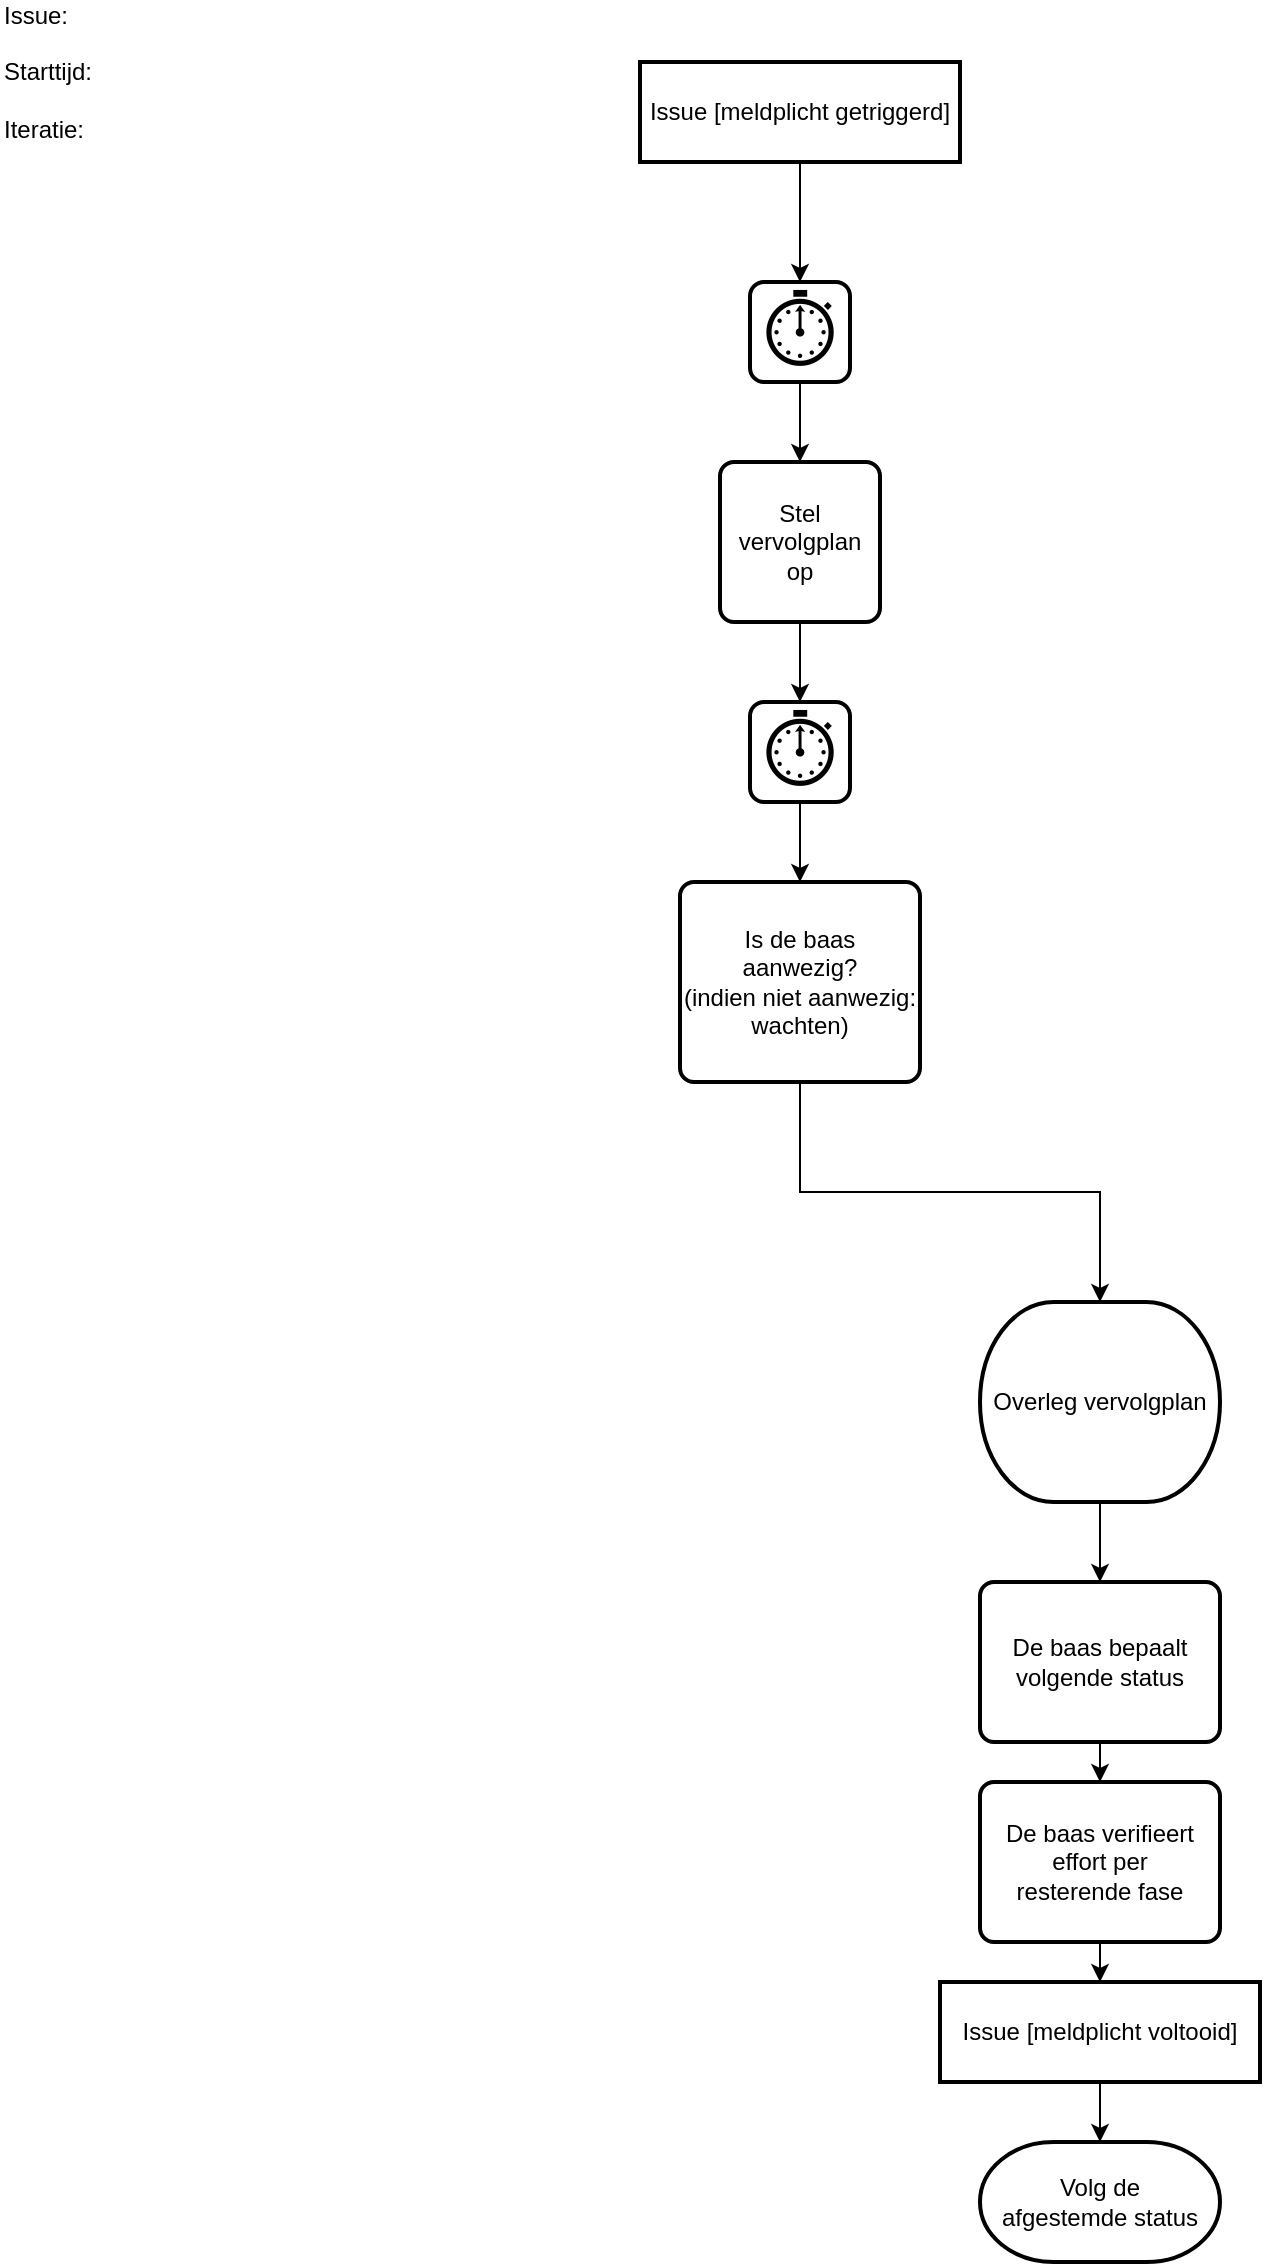
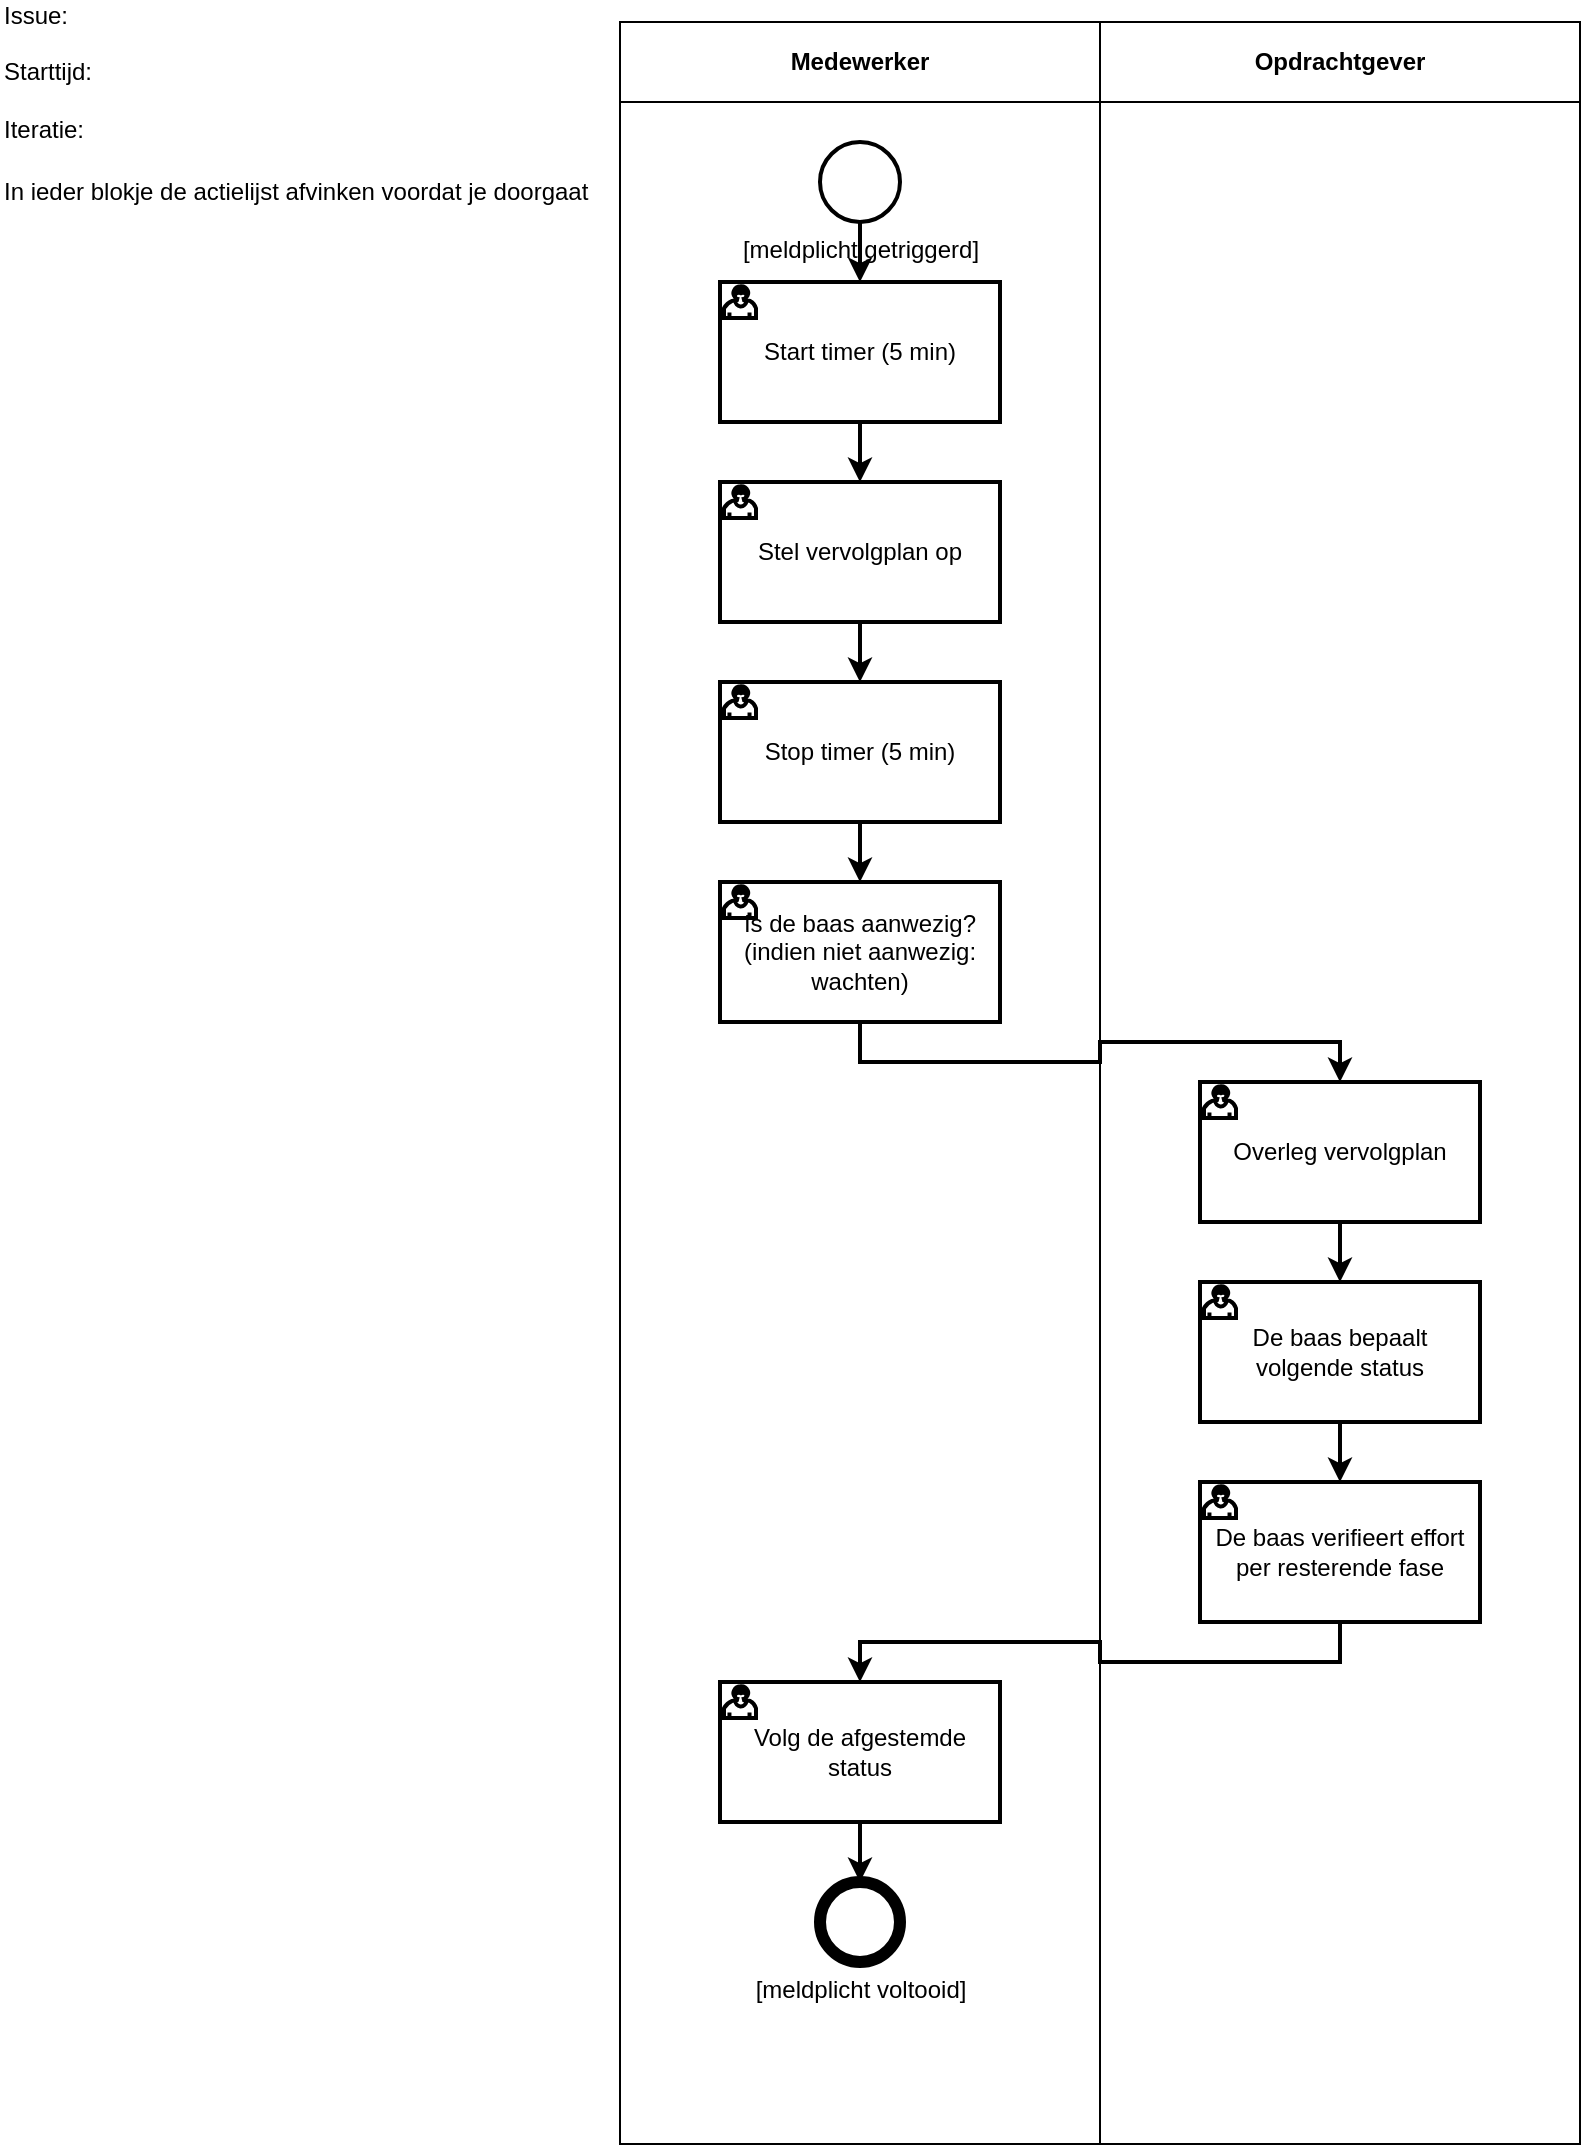
- <mxfile host="Electron" agent="Mozilla/5.0 (Windows NT 10.0; Win64; x64) AppleWebKit/537.36 (KHTML, like Gecko) Chrome/144.0.0.0 Safari/537.36">
+ <mxfile host="Electron" agent="Mozilla/5.0 (Windows NT 10.0; Win64; x64) AppleWebKit/537.36 (KHTML, like Gecko) Chrome/143.0.0.0 Safari/537.36">
  <diagram name="Page-1" id="RxTZmvJhkROvXh92HXGi">
-     <mxGraphModel dx="1177" dy="1152" grid="1" gridSize="10" guides="1" tooltips="1" connect="1" arrows="1" fold="1" page="1" pageScale="1" pageWidth="827" pageHeight="1169" math="0" shadow="0">
+     <mxGraphModel dx="969" dy="999" grid="1" gridSize="10" guides="1" tooltips="1" connect="1" arrows="1" fold="1" page="1" pageScale="1" pageWidth="827" pageHeight="1169" math="0" shadow="0">
      <root>
        <mxCell id="0" />
        <mxCell id="1" parent="0" />
-         <mxCell id="IjQxlhujuJK-shiPwm0T-2" edge="1" parent="1" source="kJhKxd2zfYEuZ5hcswId-1" style="edgeStyle=orthogonalEdgeStyle;rounded=0;orthogonalLoop=1;jettySize=auto;html=1;" target="kJhKxd2zfYEuZ5hcswId-17" value="">
+         <mxCell id="mIc6XLMKuAxiAPNymMe0-18" parent="1" style="shape=table;startSize=0;container=1;collapsible=0;childLayout=tableLayout;fixedHeader=1;" value="" vertex="1">
+           <mxGeometry height="1061" width="480" x="320" y="20" as="geometry" />
+         </mxCell>
+         <mxCell id="mIc6XLMKuAxiAPNymMe0-19" parent="mIc6XLMKuAxiAPNymMe0-18" style="shape=tableRow;horizontal=0;startSize=0;swimlaneHead=0;swimlaneBody=0;strokeColor=inherit;top=0;left=0;bottom=0;right=0;collapsible=0;dropTarget=0;fillColor=none;points=[[0,0.5],[1,0.5]];portConstraint=eastwest;fixedHeader=1;" value="" vertex="1">
+           <mxGeometry height="40" width="480" as="geometry" />
+         </mxCell>
+         <mxCell id="mIc6XLMKuAxiAPNymMe0-20" parent="mIc6XLMKuAxiAPNymMe0-19" style="shape=partialRectangle;html=1;whiteSpace=wrap;connectable=0;strokeColor=inherit;overflow=hidden;fillColor=none;top=0;left=0;bottom=0;right=0;pointerEvents=1;" value="&lt;b&gt;Medewerker&lt;/b&gt;" vertex="1">
+           <mxGeometry height="40" width="240" as="geometry">
+             <mxRectangle height="40" width="240" as="alternateBounds" />
+           </mxGeometry>
+         </mxCell>
+         <mxCell id="mIc6XLMKuAxiAPNymMe0-21" parent="mIc6XLMKuAxiAPNymMe0-19" style="shape=partialRectangle;html=1;whiteSpace=wrap;connectable=0;strokeColor=inherit;overflow=hidden;fillColor=none;top=0;left=0;bottom=0;right=0;pointerEvents=1;" value="&lt;b&gt;Opdrachtgever&lt;/b&gt;" vertex="1">
+           <mxGeometry height="40" width="240" x="240" as="geometry">
+             <mxRectangle height="40" width="240" as="alternateBounds" />
+           </mxGeometry>
+         </mxCell>
+         <mxCell id="mIc6XLMKuAxiAPNymMe0-22" parent="mIc6XLMKuAxiAPNymMe0-18" style="shape=tableRow;horizontal=0;startSize=0;swimlaneHead=0;swimlaneBody=0;strokeColor=inherit;top=0;left=0;bottom=0;right=0;collapsible=0;dropTarget=0;fillColor=none;points=[[0,0.5],[1,0.5]];portConstraint=eastwest;fixedHeader=1;" value="" vertex="1">
+           <mxGeometry height="1021" width="480" y="40" as="geometry" />
+         </mxCell>
+         <mxCell id="mIc6XLMKuAxiAPNymMe0-23" parent="mIc6XLMKuAxiAPNymMe0-22" style="shape=partialRectangle;html=1;whiteSpace=wrap;connectable=0;strokeColor=inherit;overflow=hidden;fillColor=none;top=0;left=0;bottom=0;right=0;pointerEvents=1;" value="" vertex="1">
+           <mxGeometry height="1021" width="240" as="geometry">
+             <mxRectangle height="1021" width="240" as="alternateBounds" />
+           </mxGeometry>
+         </mxCell>
+         <mxCell id="mIc6XLMKuAxiAPNymMe0-24" parent="mIc6XLMKuAxiAPNymMe0-22" style="shape=partialRectangle;html=1;whiteSpace=wrap;connectable=0;strokeColor=inherit;overflow=hidden;fillColor=none;top=0;left=0;bottom=0;right=0;pointerEvents=1;" value="" vertex="1">
+           <mxGeometry height="1021" width="240" x="240" as="geometry">
+             <mxRectangle height="1021" width="240" as="alternateBounds" />
+           </mxGeometry>
+         </mxCell>
+         <mxCell id="XehhIzECJeRqZ1Lm04T6-9" parent="1" style="text;html=1;align=left;verticalAlign=middle;whiteSpace=wrap;rounded=0;" value="Issue:&amp;nbsp; &amp;nbsp;&lt;br&gt;&lt;br&gt;Starttijd:&lt;br&gt;&lt;br&gt;Iteratie:&amp;nbsp;" vertex="1">
+           <mxGeometry height="30" width="60" x="10" y="30" as="geometry" />
+         </mxCell>
+         <mxCell id="XehhIzECJeRqZ1Lm04T6-21" parent="1" style="text;html=1;whiteSpace=wrap;strokeColor=none;fillColor=none;align=left;verticalAlign=middle;rounded=0;labelPosition=center;verticalLabelPosition=middle;" value="In ieder blokje de actielijst afvinken voordat je doorgaat" vertex="1">
+           <mxGeometry height="30" width="300" x="10" y="90" as="geometry" />
+         </mxCell>
+         <object label="[meldplicht getriggerd]" id="bpmn_start_event">
+           <mxCell parent="1" style="shape=mxgraph.bpmn.event;html=1;verticalLabelPosition=bottom;labelBackgroundColor=#ffffff;verticalAlign=top;align=center;perimeter=ellipsePerimeter;outlineConnect=0;aspect=fixed;outline=standard;symbol=general;strokeWidth=2;" vertex="1">
+             <mxGeometry height="40" width="40" x="420" y="80" as="geometry" />
+           </mxCell>
+         </object>
+         <object label="Start timer (5 min)" Action="902" id="bpmn_task_start_timer">
+           <mxCell parent="1" style="shape=mxgraph.bpmn.task;html=1;verticalAlign=middle;align=center;whiteSpace=wrap;taskMarker=user;strokeWidth=2;" vertex="1">
+             <mxGeometry height="70" width="140" x="370" y="150" as="geometry" />
+           </mxCell>
+         </object>
+         <object label="Stel vervolgplan op" Action="903" id="bpmn_task_stel_plan_op">
+           <mxCell parent="1" style="shape=mxgraph.bpmn.task;html=1;verticalAlign=middle;align=center;whiteSpace=wrap;taskMarker=user;strokeWidth=2;" vertex="1">
+             <mxGeometry height="70" width="140" x="370" y="250" as="geometry" />
+           </mxCell>
+         </object>
+         <object label="Stop timer (5 min)" Action="904" id="bpmn_task_stop_timer">
+           <mxCell parent="1" style="shape=mxgraph.bpmn.task;html=1;verticalAlign=middle;align=center;whiteSpace=wrap;taskMarker=user;strokeWidth=2;" vertex="1">
+             <mxGeometry height="70" width="140" x="370" y="350" as="geometry" />
+           </mxCell>
+         </object>
+         <object label="Is de baas aanwezig? (indien niet aanwezig: wachten)" Action="905" id="bpmn_task_baas_aanwezig">
+           <mxCell parent="1" style="shape=mxgraph.bpmn.task;html=1;verticalAlign=middle;align=center;whiteSpace=wrap;taskMarker=user;strokeWidth=2;" vertex="1">
+             <mxGeometry height="70" width="140" x="370" y="450" as="geometry" />
+           </mxCell>
+         </object>
+         <object label="Overleg vervolgplan" Action="906" id="bpmn_task_overleg">
+           <mxCell parent="1" style="shape=mxgraph.bpmn.task;html=1;verticalAlign=middle;align=center;whiteSpace=wrap;taskMarker=user;strokeWidth=2;" vertex="1">
+             <mxGeometry height="70" width="140" x="610" y="550" as="geometry" />
+           </mxCell>
+         </object>
+         <object label="De baas bepaalt volgende status" Action="907" id="bpmn_task_status">
+           <mxCell parent="1" style="shape=mxgraph.bpmn.task;html=1;verticalAlign=middle;align=center;whiteSpace=wrap;taskMarker=user;strokeWidth=2;" vertex="1">
+             <mxGeometry height="70" width="140" x="610" y="650" as="geometry" />
+           </mxCell>
+         </object>
+         <object label="De baas verifieert effort per resterende fase" Action="908" id="bpmn_task_effort">
+           <mxCell parent="1" style="shape=mxgraph.bpmn.task;html=1;verticalAlign=middle;align=center;whiteSpace=wrap;taskMarker=user;strokeWidth=2;" vertex="1">
+             <mxGeometry height="70" width="140" x="610" y="750" as="geometry" />
+           </mxCell>
+         </object>
+         <object label="Volg de afgestemde status" Action="909" id="bpmn_task_volg_status">
+           <mxCell parent="1" style="shape=mxgraph.bpmn.task;html=1;verticalAlign=middle;align=center;whiteSpace=wrap;taskMarker=user;strokeWidth=2;" vertex="1">
+             <mxGeometry height="70" width="140" x="370" y="850" as="geometry" />
+           </mxCell>
+         </object>
+         <object label="[meldplicht voltooid]" id="bpmn_end_event">
+           <mxCell parent="1" style="shape=mxgraph.bpmn.event;html=1;verticalLabelPosition=bottom;labelBackgroundColor=#ffffff;verticalAlign=top;align=center;perimeter=ellipsePerimeter;outlineConnect=0;aspect=fixed;outline=end;symbol=general;strokeWidth=2;" vertex="1">
+             <mxGeometry height="40" width="40" x="420" y="950" as="geometry" />
+           </mxCell>
+         </object>
+         <mxCell id="edge_start_to_start_timer" edge="1" parent="1" source="bpmn_start_event" style="edgeStyle=orthogonalEdgeStyle;rounded=0;orthogonalLoop=1;jettySize=auto;html=1;strokeWidth=2;exitX=0.5;exitY=1;entryX=0.5;entryY=0;" target="bpmn_task_start_timer">
          <mxGeometry relative="1" as="geometry" />
        </mxCell>
-         <object label="Issue [meldplicht getriggerd]" Action="901" id="kJhKxd2zfYEuZ5hcswId-1">
-           <mxCell parent="1" style="rounded=0;whiteSpace=wrap;html=1;strokeWidth=2;" vertex="1">
-             <mxGeometry height="50" width="160" x="330" y="40" as="geometry" />
-           </mxCell>
-         </object>
-         <mxCell id="IjQxlhujuJK-shiPwm0T-6" edge="1" parent="1" source="kJhKxd2zfYEuZ5hcswId-3" style="edgeStyle=orthogonalEdgeStyle;rounded=0;orthogonalLoop=1;jettySize=auto;html=1;exitX=0.5;exitY=1;exitDx=0;exitDy=0;entryX=0.5;entryY=0;entryDx=0;entryDy=0;" target="kJhKxd2zfYEuZ5hcswId-8">
+         <mxCell id="edge_start_timer_to_stel_plan" edge="1" parent="1" source="bpmn_task_start_timer" style="edgeStyle=orthogonalEdgeStyle;rounded=0;orthogonalLoop=1;jettySize=auto;html=1;strokeWidth=2;exitX=0.5;exitY=1;entryX=0.5;entryY=0;" target="bpmn_task_stel_plan_op">
          <mxGeometry relative="1" as="geometry" />
        </mxCell>
-         <object label="Is de baas&lt;br&gt;aanwezig?&lt;br&gt;(indien niet aanwezig:&lt;br&gt;wachten)" Action="905" id="kJhKxd2zfYEuZ5hcswId-3">
-           <mxCell parent="1" style="rounded=1;whiteSpace=wrap;html=1;absoluteArcSize=1;arcSize=14;strokeWidth=2;" vertex="1">
-             <mxGeometry height="100" width="120" x="350" y="450" as="geometry" />
-           </mxCell>
-         </object>
-         <mxCell id="t8s6E_-A3Us-5MdbCyu4-8" edge="1" parent="1" source="kJhKxd2zfYEuZ5hcswId-8" style="edgeStyle=orthogonalEdgeStyle;rounded=0;orthogonalLoop=1;jettySize=auto;html=1;exitX=0.5;exitY=1;exitDx=0;exitDy=0;exitPerimeter=0;entryX=0.5;entryY=0;entryDx=0;entryDy=0;" target="t8s6E_-A3Us-5MdbCyu4-1">
+         <mxCell id="edge_stel_plan_to_stop_timer" edge="1" parent="1" source="bpmn_task_stel_plan_op" style="edgeStyle=orthogonalEdgeStyle;rounded=0;orthogonalLoop=1;jettySize=auto;html=1;strokeWidth=2;exitX=0.5;exitY=1;entryX=0.5;entryY=0;" target="bpmn_task_stop_timer">
          <mxGeometry relative="1" as="geometry" />
        </mxCell>
-         <object label="Overleg vervolgplan" Action="906" id="kJhKxd2zfYEuZ5hcswId-8">
-           <mxCell parent="1" style="strokeWidth=2;html=1;shape=mxgraph.flowchart.terminator;whiteSpace=wrap;" vertex="1">
-             <mxGeometry height="100" width="120" x="500" y="660" as="geometry" />
-           </mxCell>
-         </object>
-         <mxCell id="kJhKxd2zfYEuZ5hcswId-13" parent="1" style="text;html=1;align=left;verticalAlign=middle;whiteSpace=wrap;rounded=0;" value="Issue:&amp;nbsp; &amp;nbsp;&lt;br&gt;&lt;br&gt;Starttijd:&lt;br&gt;&lt;br&gt;Iteratie:&amp;nbsp;" vertex="1">
-           <mxGeometry height="30" width="60" x="10" y="30" as="geometry" />
-         </mxCell>
-         <mxCell id="IjQxlhujuJK-shiPwm0T-3" edge="1" parent="1" source="kJhKxd2zfYEuZ5hcswId-17" style="edgeStyle=orthogonalEdgeStyle;rounded=0;orthogonalLoop=1;jettySize=auto;html=1;" target="IjQxlhujuJK-shiPwm0T-1" value="">
+         <mxCell id="edge_stop_timer_to_baas_aanwezig" edge="1" parent="1" source="bpmn_task_stop_timer" style="edgeStyle=orthogonalEdgeStyle;rounded=0;orthogonalLoop=1;jettySize=auto;html=1;strokeWidth=2;exitX=0.5;exitY=1;entryX=0.5;entryY=0;" target="bpmn_task_baas_aanwezig">
          <mxGeometry relative="1" as="geometry" />
        </mxCell>
-         <object label="&lt;font style=&quot;font-size: 36px;&quot;&gt;⏱️&lt;/font&gt;" Action="902" id="kJhKxd2zfYEuZ5hcswId-17">
-           <mxCell parent="1" style="rounded=1;whiteSpace=wrap;html=1;absoluteArcSize=1;arcSize=14;strokeWidth=2;" vertex="1">
-             <mxGeometry height="50" width="50" x="385" y="150" as="geometry" />
-           </mxCell>
-         </object>
-         <mxCell id="IjQxlhujuJK-shiPwm0T-5" edge="1" parent="1" source="kJhKxd2zfYEuZ5hcswId-18" style="edgeStyle=orthogonalEdgeStyle;rounded=0;orthogonalLoop=1;jettySize=auto;html=1;" target="kJhKxd2zfYEuZ5hcswId-3" value="">
+         <mxCell id="edge_baas_aanwezig_to_overleg" edge="1" parent="1" source="bpmn_task_baas_aanwezig" style="edgeStyle=orthogonalEdgeStyle;rounded=0;orthogonalLoop=1;jettySize=auto;html=1;strokeWidth=2;exitX=0.5;exitY=1;entryX=0.5;entryY=0;" target="bpmn_task_overleg">
          <mxGeometry relative="1" as="geometry" />
        </mxCell>
-         <object label="&lt;font style=&quot;font-size: 36px;&quot;&gt;⏱️&lt;/font&gt;" Action="904" id="kJhKxd2zfYEuZ5hcswId-18">
-           <mxCell parent="1" style="rounded=1;whiteSpace=wrap;html=1;absoluteArcSize=1;arcSize=14;strokeWidth=2;" vertex="1">
-             <mxGeometry height="50" width="50" x="385" y="360" as="geometry" />
-           </mxCell>
-         </object>
-         <mxCell id="IjQxlhujuJK-shiPwm0T-4" edge="1" parent="1" source="IjQxlhujuJK-shiPwm0T-1" style="edgeStyle=orthogonalEdgeStyle;rounded=0;orthogonalLoop=1;jettySize=auto;html=1;" target="kJhKxd2zfYEuZ5hcswId-18" value="">
+         <mxCell id="edge_overleg_to_status" edge="1" parent="1" source="bpmn_task_overleg" style="edgeStyle=orthogonalEdgeStyle;rounded=0;orthogonalLoop=1;jettySize=auto;html=1;strokeWidth=2;exitX=0.5;exitY=1;entryX=0.5;entryY=0;" target="bpmn_task_status">
          <mxGeometry relative="1" as="geometry" />
        </mxCell>
-         <object label="Stel vervolgplan op" Action="903" id="IjQxlhujuJK-shiPwm0T-1">
-           <mxCell parent="1" style="rounded=1;whiteSpace=wrap;html=1;absoluteArcSize=1;arcSize=14;strokeWidth=2;" vertex="1">
-             <mxGeometry height="80" width="80" x="370" y="240" as="geometry" />
-           </mxCell>
-         </object>
-         <object label="De baas bepaalt&lt;br&gt;volgende status" Action="907" id="t8s6E_-A3Us-5MdbCyu4-1">
-           <mxCell parent="1" style="rounded=1;whiteSpace=wrap;html=1;absoluteArcSize=1;arcSize=14;strokeWidth=2;" vertex="1">
-             <mxGeometry height="80" width="120" x="500" y="800" as="geometry" />
-           </mxCell>
-         </object>
-         <object label="De baas verifieert&lt;br&gt;effort per&lt;br&gt;resterende fase" Action="908" id="t8s6E_-A3Us-5MdbCyu4-2">
-           <mxCell parent="1" style="rounded=1;whiteSpace=wrap;html=1;absoluteArcSize=1;arcSize=14;strokeWidth=2;" vertex="1">
-             <mxGeometry height="80" width="120" x="500" y="900" as="geometry" />
-           </mxCell>
-         </object>
-         <mxCell id="t8s6E_-A3Us-5MdbCyu4-3" edge="1" parent="1" source="t8s6E_-A3Us-5MdbCyu4-1" style="edgeStyle=orthogonalEdgeStyle;rounded=0;orthogonalLoop=1;jettySize=auto;html=1;exitX=0.5;exitY=1;exitDx=0;exitDy=0;entryX=0.5;entryY=0;entryDx=0;entryDy=0;" target="t8s6E_-A3Us-5MdbCyu4-2">
+         <mxCell id="edge_status_to_effort" edge="1" parent="1" source="bpmn_task_status" style="edgeStyle=orthogonalEdgeStyle;rounded=0;orthogonalLoop=1;jettySize=auto;html=1;strokeWidth=2;exitX=0.5;exitY=1;entryX=0.5;entryY=0;" target="bpmn_task_effort">
          <mxGeometry relative="1" as="geometry" />
        </mxCell>
-         <mxCell id="t8s6E_-A3Us-5MdbCyu4-4" edge="1" parent="1" source="t8s6E_-A3Us-5MdbCyu4-2" style="edgeStyle=orthogonalEdgeStyle;rounded=0;orthogonalLoop=1;jettySize=auto;html=1;exitX=0.5;exitY=1;exitDx=0;exitDy=0;entryX=0.5;entryY=0;entryDx=0;entryDy=0;" target="t8s6E_-A3Us-5MdbCyu4-5" value="">
+         <mxCell id="edge_effort_to_volg_status" edge="1" parent="1" source="bpmn_task_effort" style="edgeStyle=orthogonalEdgeStyle;rounded=0;orthogonalLoop=1;jettySize=auto;html=1;strokeWidth=2;exitX=0.5;exitY=1;entryX=0.5;entryY=0;" target="bpmn_task_volg_status">
          <mxGeometry relative="1" as="geometry" />
        </mxCell>
-         <object label="Issue [meldplicht voltooid]" id="t8s6E_-A3Us-5MdbCyu4-5">
-           <mxCell parent="1" style="rounded=0;whiteSpace=wrap;html=1;strokeWidth=2;" vertex="1">
-             <mxGeometry height="50" width="160" x="480" y="1000" as="geometry" />
-           </mxCell>
-         </object>
-         <object label="Volg de&lt;br&gt;afgestemde status" Action="909" id="t8s6E_-A3Us-5MdbCyu4-6">
-           <mxCell parent="1" style="strokeWidth=2;html=1;shape=mxgraph.flowchart.terminator;whiteSpace=wrap;" vertex="1">
-             <mxGeometry height="60" width="120" x="500" y="1080" as="geometry" />
-           </mxCell>
-         </object>
-         <mxCell id="t8s6E_-A3Us-5MdbCyu4-7" edge="1" parent="1" source="t8s6E_-A3Us-5MdbCyu4-5" style="edgeStyle=orthogonalEdgeStyle;rounded=0;orthogonalLoop=1;jettySize=auto;html=1;exitX=0.5;exitY=1;exitDx=0;exitDy=0;entryX=0.5;entryY=0;entryDx=0;entryDy=0;" target="t8s6E_-A3Us-5MdbCyu4-6" value="">
+         <mxCell id="edge_volg_status_to_end" edge="1" parent="1" source="bpmn_task_volg_status" style="edgeStyle=orthogonalEdgeStyle;rounded=0;orthogonalLoop=1;jettySize=auto;html=1;strokeWidth=2;exitX=0.5;exitY=1;entryX=0.5;entryY=0;" target="bpmn_end_event">
          <mxGeometry relative="1" as="geometry" />
        </mxCell>
      </root>
    </mxGraphModel>
  </diagram>
- </mxfile>
+ </mxfile>